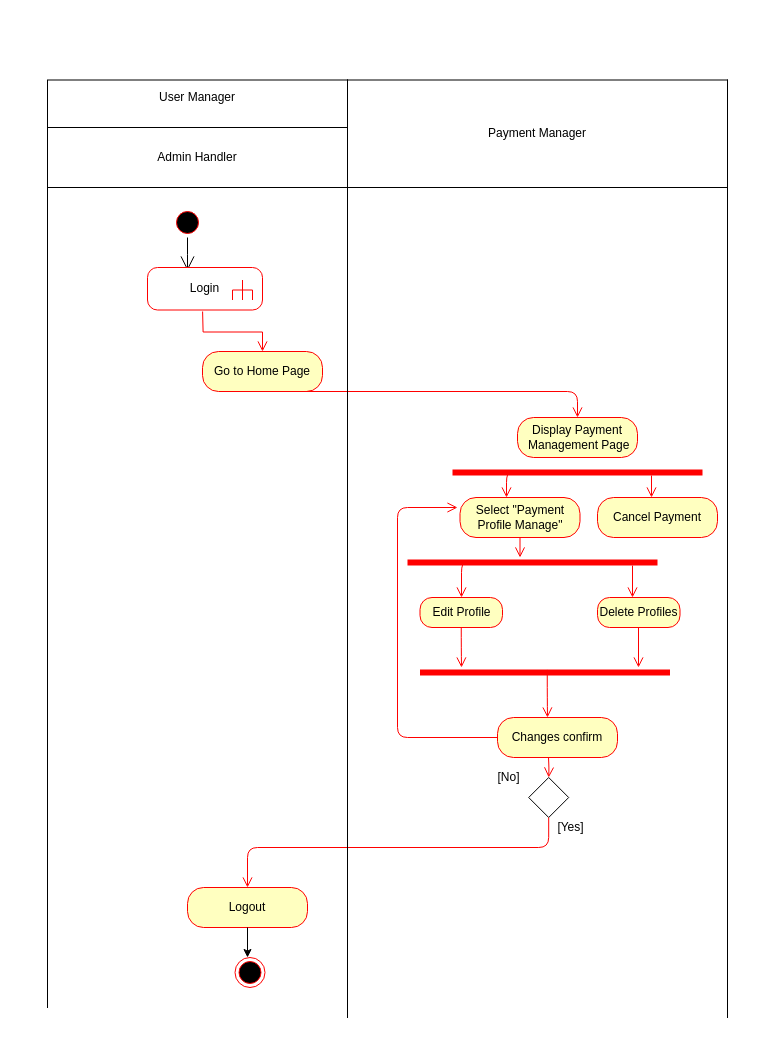
Earlier version of the draw.io diagram page "Dinusha-activity-admin" (15 of 37) of PAF ER Diagram.drawio (YuchiraJA/PAF-Project-ER-Diagram). Source tidied: cells renumbered, new cells numbered last; positions are measured from the earlier drawing's top-left corner, leaving out a move shared by most shapes. Both pictures are drawn from the tidied source at 100%, with x=0, y=0 at pixel (47, 79).
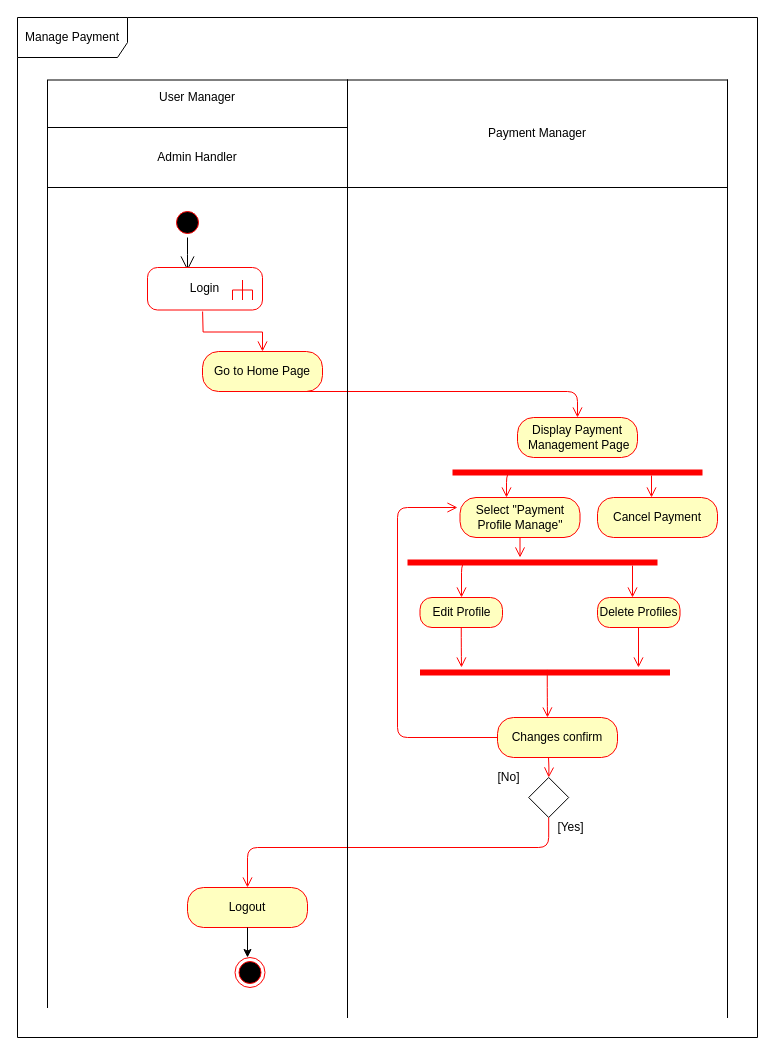
The same diagram, later.

Change to the diagram source:
```diff
@@
+    <mxCell id="40" value="Manage Payment" style="shape=umlFrame;whiteSpace=wrap;html=1;width=110;height=40;" parent="1" vertex="1">
+      <mxGeometry x="-30" y="-62" width="740" height="1020" as="geometry" />
+    </mxCell>
```
